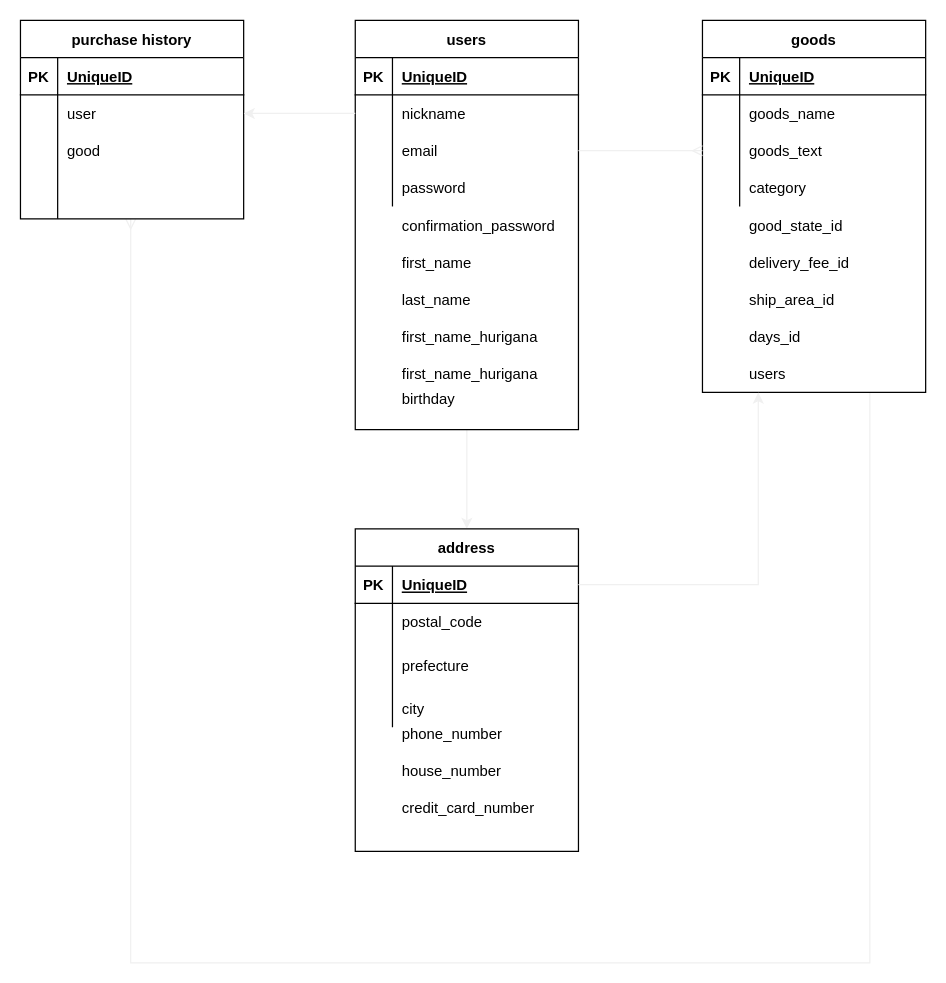
This is furima.dio from seki774/furima-33076, a draw.io file, before an edit. Source tidied: cells renumbered, new cells numbered last; positions are measured from the earlier drawing's top-left corner, leaving out a move shared by most shapes. Both pictures are drawn from the tidied source at 124%, with x=0, y=0 at pixel (20, 20).
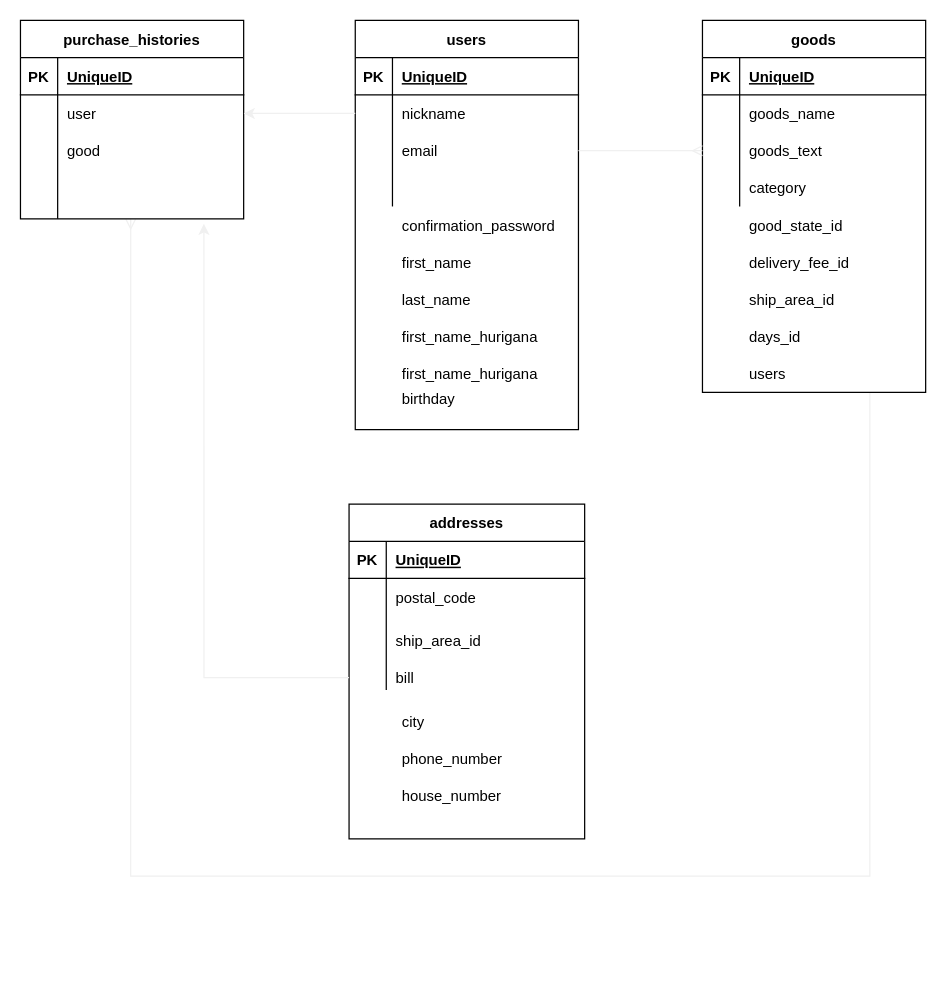
After the change.

Commit message (it also covers changes not shown here):
README修正　カラムの追加削除など

Unchanged cells that the change refers to:
```xml
<mxCell id="3" value="users" style="shape=table;startSize=30;childLayout=tableLayout;rowLines=0;fontStyle=1;align=center;" parent="1" vertex="1">
  <mxGeometry x="270" width="180" height="330" as="geometry" />
</mxCell>
<mxCell id="13" style="shape=partialRectangle;fillColor=none;top=0;left=0;bottom=0;right=0;" parent="3" vertex="1">
  <mxGeometry y="120" width="180" height="30" as="geometry" />
</mxCell>
<mxCell id="17" value="goods" style="shape=table;startSize=30;childLayout=tableLayout;rowLines=0;fontStyle=1;align=center;" parent="1" vertex="1">
  <mxGeometry x="550" width="180" height="300" as="geometry" />
</mxCell>
<mxCell id="40" style="shape=partialRectangle;fillColor=none;top=0;left=0;bottom=0;right=0;points=[[0,0.5],[1,0.5]];portConstraint=eastwest;" parent="30" vertex="1">
  <mxGeometry y="120" width="180" height="40" as="geometry" />
</mxCell>
```

Change to the diagram source:
```diff
@@
-    <mxCell id="2" style="edgeStyle=orthogonalEdgeStyle;rounded=0;jettySize=auto;html=1;exitX=0.5;exitY=1;exitDx=0;exitDy=0;endArrow=classic;endFill=1;targetPerimeterSpacing=0;strokeColor=#f0f0f0;entryX=0.5;entryY=0;entryDx=0;entryDy=0;" parent="1" edge="1" source="3" target="43">
-      <mxGeometry relative="1" as="geometry" />
-    </mxCell>
@@
-    <mxCell id="15" value="password" style="shape=partialRectangle;fillColor=none;top=0;left=0;bottom=0;right=0;align=left;spacingLeft=6;overflow=hidden;" parent="13" vertex="1">
+    <mxCell id="15" style="shape=partialRectangle;fillColor=none;top=0;left=0;bottom=0;right=0;align=left;spacingLeft=6;overflow=hidden;" parent="13" vertex="1">
       <mxGeometry x="30" width="150" height="30" as="geometry" />
     </mxCell>
     <mxCell id="16" style="edgeStyle=orthogonalEdgeStyle;rounded=0;jettySize=auto;html=1;exitX=0.75;exitY=1;exitDx=0;exitDy=0;endArrow=ERmany;endFill=0;targetPerimeterSpacing=0;strokeColor=#f0f0f0;entryX=0.494;entryY=1;entryDx=0;entryDy=0;entryPerimeter=0;" parent="1" edge="1" source="17" target="40">
       <mxGeometry relative="1" as="geometry">
         <Array as="points">
-          <mxPoint x="685" y="760" />
-          <mxPoint x="89" y="760" />
+          <mxPoint x="685" y="690" />
+          <mxPoint x="89" y="690" />
         </Array>
       </mxGeometry>
     </mxCell>
@@
-    <mxCell id="30" value="purchase history" style="shape=table;startSize=30;childLayout=tableLayout;rowLines=0;fontStyle=1;align=center;" parent="1" vertex="1">
+    <mxCell id="30" value="purchase_histories" style="shape=table;startSize=30;childLayout=tableLayout;rowLines=0;fontStyle=1;align=center;" parent="1" vertex="1">
       <mxGeometry width="180" height="160" as="geometry" />
     </mxCell>
@@
-    <mxCell id="43" value="address" style="shape=table;startSize=30;childLayout=tableLayout;rowLines=0;fontStyle=1;align=center;" parent="1" vertex="1">
-      <mxGeometry x="270" y="410" width="180" height="260" as="geometry" />
+    <mxCell id="43" value="addresses" style="shape=table;startSize=30;childLayout=tableLayout;rowLines=0;fontStyle=1;align=center;" parent="1" vertex="1">
+      <mxGeometry x="265" y="390" width="190" height="270" as="geometry" />
     </mxCell>
     <mxCell id="44" style="shape=partialRectangle;fillColor=none;top=0;left=0;bottom=1;right=0;points=[[0,0.5],[1,0.5]];portConstraint=eastwest;" parent="43" vertex="1">
-      <mxGeometry y="30" width="180" height="30" as="geometry" />
+      <mxGeometry y="30" width="190" height="30" as="geometry" />
     </mxCell>
@@
     <mxCell id="46" value="UniqueID" style="shape=partialRectangle;fillColor=none;top=0;left=0;bottom=0;right=0;align=left;spacingLeft=6;fontStyle=5;overflow=hidden;" parent="44" vertex="1">
-      <mxGeometry x="30" width="150" height="30" as="geometry" />
+      <mxGeometry x="30" width="160" height="30" as="geometry" />
     </mxCell>
     <mxCell id="47" style="shape=partialRectangle;fillColor=none;top=0;left=0;bottom=0;right=0;" parent="43" vertex="1">
-      <mxGeometry y="60" width="180" height="30" as="geometry" />
+      <mxGeometry y="60" width="190" height="30" as="geometry" />
     </mxCell>
@@
     <mxCell id="49" value="postal_code" style="shape=partialRectangle;fillColor=none;top=0;left=0;bottom=0;right=0;align=left;spacingLeft=6;overflow=hidden;" parent="47" vertex="1">
-      <mxGeometry x="30" width="150" height="30" as="geometry" />
+      <mxGeometry x="30" width="160" height="30" as="geometry" />
     </mxCell>
     <mxCell id="50" style="shape=partialRectangle;fillColor=none;top=0;left=0;bottom=0;right=0;" parent="43" vertex="1">
-      <mxGeometry y="90" width="180" height="40" as="geometry" />
+      <mxGeometry y="90" width="190" height="40" as="geometry" />
     </mxCell>
@@
-    <mxCell id="52" value="prefecture" style="shape=partialRectangle;fillColor=none;top=0;left=0;bottom=0;right=0;align=left;spacingLeft=6;overflow=hidden;" parent="50" vertex="1">
-      <mxGeometry x="30" width="150" height="40" as="geometry" />
+    <mxCell id="52" value="ship_area_id" style="shape=partialRectangle;fillColor=none;top=0;left=0;bottom=0;right=0;align=left;spacingLeft=6;overflow=hidden;" parent="50" vertex="1">
+      <mxGeometry x="30" width="160" height="40" as="geometry" />
     </mxCell>
     <mxCell id="53" style="shape=partialRectangle;fillColor=none;top=0;left=0;bottom=0;right=0;points=[[0,0.5],[1,0.5]];portConstraint=eastwest;" parent="43" vertex="1">
-      <mxGeometry y="130" width="180" height="30" as="geometry" />
+      <mxGeometry y="130" width="190" height="20" as="geometry" />
     </mxCell>
     <mxCell id="54" style="shape=partialRectangle;fillColor=none;top=0;left=0;bottom=0;right=0;overflow=hidden;" parent="53" vertex="1">
-      <mxGeometry width="30" height="30" as="geometry" />
+      <mxGeometry width="30" height="20" as="geometry" />
     </mxCell>
-    <mxCell id="55" value="city" style="shape=partialRectangle;fillColor=none;top=0;left=0;bottom=0;right=0;align=left;spacingLeft=6;overflow=hidden;" parent="53" vertex="1">
-      <mxGeometry x="30" width="150" height="30" as="geometry" />
+    <mxCell id="55" value="bill" style="shape=partialRectangle;fillColor=none;top=0;left=0;bottom=0;right=0;align=left;spacingLeft=6;overflow=hidden;" parent="53" vertex="1">
+      <mxGeometry x="30" width="160" height="20" as="geometry" />
     </mxCell>
-    <mxCell id="56" style="shape=partialRectangle;fillColor=none;top=0;left=0;bottom=0;right=0;" parent="1" vertex="1">
-      <mxGeometry x="40" y="370" width="180" height="30" as="geometry" />
-    </mxCell>
-    <mxCell id="57" style="shape=partialRectangle;fillColor=none;top=0;left=0;bottom=0;right=0;overflow=hidden;" parent="56" vertex="1">
-      <mxGeometry width="30" height="30" as="geometry" />
-    </mxCell>
@@
     <mxCell id="62" value="house_number" style="shape=partialRectangle;fillColor=none;top=0;left=0;bottom=0;right=0;align=left;spacingLeft=6;overflow=hidden;" parent="1" vertex="1">
-      <mxGeometry x="300" y="590" width="150" height="30" as="geometry" />
+      <mxGeometry x="300" y="610" width="150" height="30" as="geometry" />
     </mxCell>
     <mxCell id="63" value="phone_number" style="shape=partialRectangle;fillColor=none;top=0;left=0;bottom=0;right=0;align=left;spacingLeft=6;overflow=hidden;" parent="1" vertex="1">
-      <mxGeometry x="300" y="560" width="150" height="30" as="geometry" />
+      <mxGeometry x="300" y="580" width="150" height="30" as="geometry" />
     </mxCell>
-    <mxCell id="64" style="shape=partialRectangle;fillColor=none;top=0;left=0;bottom=0;right=0;align=left;spacingLeft=6;overflow=hidden;" parent="1" vertex="1">
-      <mxGeometry x="70" y="440" width="150" height="30" as="geometry" />
-    </mxCell>
@@
-    <mxCell id="67" style="edgeStyle=orthogonalEdgeStyle;rounded=0;jettySize=auto;html=1;exitX=1;exitY=0.5;exitDx=0;exitDy=0;entryX=0.25;entryY=1;entryDx=0;entryDy=0;endArrow=classic;endFill=1;targetPerimeterSpacing=0;strokeColor=#f0f0f0;" parent="1" edge="1" source="44" target="17">
-      <mxGeometry relative="1" as="geometry" />
-    </mxCell>
@@
-    <mxCell id="74" value="credit_card_number" style="shape=partialRectangle;fillColor=none;top=0;left=0;bottom=0;right=0;align=left;spacingLeft=6;overflow=hidden;" parent="1" vertex="1">
-      <mxGeometry x="300" y="620" width="150" height="30" as="geometry" />
-    </mxCell>
@@
+    <mxCell id="76" value="city" style="shape=partialRectangle;fillColor=none;top=0;left=0;bottom=0;right=0;align=left;spacingLeft=6;overflow=hidden;" parent="1" vertex="1">
+      <mxGeometry x="300" y="550" width="150" height="30" as="geometry" />
+    </mxCell>
+    <mxCell id="77" style="edgeStyle=orthogonalEdgeStyle;rounded=0;jettySize=auto;html=1;exitX=0;exitY=0.5;exitDx=0;exitDy=0;entryX=0.822;entryY=1.1;entryDx=0;entryDy=0;entryPerimeter=0;endArrow=classic;endFill=1;targetPerimeterSpacing=0;strokeColor=#f0f0f0;" parent="1" edge="1" source="53" target="40">
+      <mxGeometry relative="1" as="geometry">
+        <Array as="points">
+          <mxPoint x="148" y="530" />
+        </Array>
+      </mxGeometry>
+    </mxCell>
```
